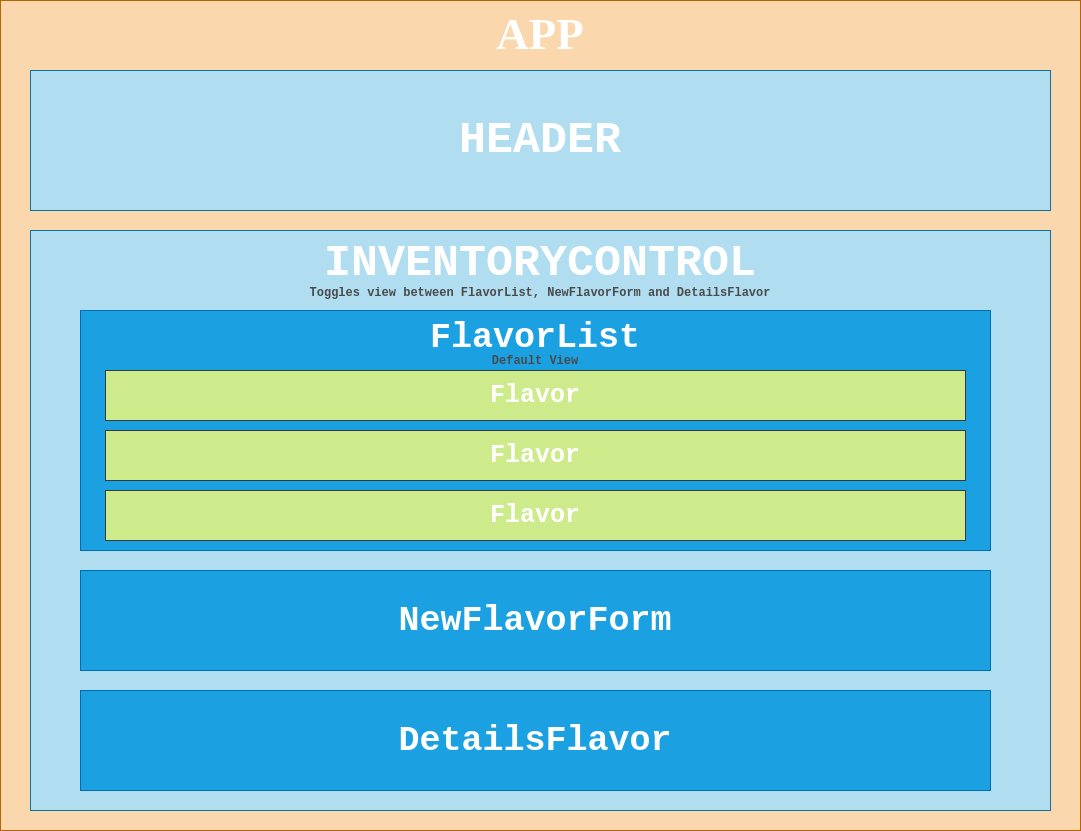
Before: public/boba-shop-component-diagram.png, a diagram exported from draw.io (ayohana/boba-shop-redux). Source tidied: cells renumbered, new cells last; positions are measured from the earlier drawing's top-left corner, leaving out a move shared by most shapes. Source of this version:
```xml
<mxGraphModel>
  <root>
    <mxCell id="0" />
    <mxCell id="1" parent="0" />
    <mxCell id="2" value="&lt;font color=&quot;#ffffff&quot; style=&quot;font-size: 45px&quot; face=&quot;Lucida Console&quot;&gt;&lt;b&gt;APP&lt;/b&gt;&lt;/font&gt;" style="rounded=0;whiteSpace=wrap;html=1;verticalAlign=top;fillColor=#fad7ac;strokeColor=#b46504;" parent="1" vertex="1">
      <mxGeometry width="1080" height="830" as="geometry" />
    </mxCell>
    <mxCell id="3" value="&lt;font color=&quot;#ffffff&quot; style=&quot;font-size: 45px&quot; face=&quot;Courier New&quot;&gt;&lt;b&gt;INVENTORYCONTROL&lt;/b&gt;&lt;/font&gt;" style="rounded=0;whiteSpace=wrap;html=1;fillColor=#b1ddf0;strokeColor=#10739e;verticalAlign=top;" parent="1" vertex="1">
      <mxGeometry x="30" y="230" width="1020" height="580" as="geometry" />
    </mxCell>
    <mxCell id="4" value="&lt;font color=&quot;#ffffff&quot; style=&quot;font-size: 45px&quot; face=&quot;Courier New&quot;&gt;&lt;b&gt;HEADER&lt;/b&gt;&lt;/font&gt;" style="rounded=0;whiteSpace=wrap;html=1;fillColor=#b1ddf0;strokeColor=#10739e;" parent="1" vertex="1">
      <mxGeometry x="30" y="70" width="1020" height="140" as="geometry" />
    </mxCell>
    <mxCell id="5" value="&lt;font color=&quot;#ffffff&quot; face=&quot;Courier New&quot; size=&quot;1&quot;&gt;&lt;b style=&quot;font-size: 35px&quot;&gt;NewFlavorForm&lt;/b&gt;&lt;/font&gt;" style="rounded=0;whiteSpace=wrap;html=1;fillColor=#1ba1e2;strokeColor=#006EAF;verticalAlign=middle;fontColor=#ffffff;" parent="1" vertex="1">
      <mxGeometry x="80" y="570" width="910" height="100" as="geometry" />
    </mxCell>
    <mxCell id="6" value="&lt;font face=&quot;Courier New&quot;&gt;&lt;span style=&quot;font-size: 35px&quot;&gt;&lt;b&gt;DetailsFlavor&lt;/b&gt;&lt;/span&gt;&lt;/font&gt;" style="rounded=0;whiteSpace=wrap;html=1;fillColor=#1ba1e2;strokeColor=#006EAF;verticalAlign=middle;fontColor=#ffffff;" parent="1" vertex="1">
      <mxGeometry x="80" y="690" width="910" height="100" as="geometry" />
    </mxCell>
    <mxCell id="7" style="group;fillColor=#1ba1e2;strokeColor=#006EAF;fontColor=#ffffff;" parent="1" vertex="1">
      <mxGeometry x="80" y="310" width="910" height="240" as="geometry" />
    </mxCell>
    <mxCell id="8" value="&lt;font color=&quot;#ffffff&quot; face=&quot;Courier New&quot; size=&quot;1&quot;&gt;&lt;b style=&quot;font-size: 35px&quot;&gt;FlavorList&lt;/b&gt;&lt;/font&gt;" style="rounded=0;whiteSpace=wrap;html=1;fillColor=#1ba1e2;strokeColor=#006EAF;verticalAlign=top;fontColor=#ffffff;" parent="7" vertex="1">
      <mxGeometry width="910" height="240" as="geometry" />
    </mxCell>
    <mxCell id="9" value="&lt;font color=&quot;#ffffff&quot; face=&quot;Courier New&quot; size=&quot;1&quot;&gt;&lt;b style=&quot;font-size: 25px&quot;&gt;Flavor&lt;/b&gt;&lt;/font&gt;" style="rounded=0;whiteSpace=wrap;html=1;fillColor=#cdeb8b;strokeColor=#36393d;verticalAlign=middle;" parent="7" vertex="1">
      <mxGeometry x="25" y="60" width="860" height="50" as="geometry" />
    </mxCell>
    <mxCell id="10" value="&lt;font color=&quot;#ffffff&quot; face=&quot;Courier New&quot; size=&quot;1&quot;&gt;&lt;b style=&quot;font-size: 25px&quot;&gt;Flavor&lt;/b&gt;&lt;/font&gt;" style="rounded=0;whiteSpace=wrap;html=1;fillColor=#cdeb8b;strokeColor=#36393d;verticalAlign=middle;" parent="7" vertex="1">
      <mxGeometry x="25" y="120" width="860" height="50" as="geometry" />
    </mxCell>
    <mxCell id="11" value="&lt;font color=&quot;#ffffff&quot; face=&quot;Courier New&quot; size=&quot;1&quot;&gt;&lt;b style=&quot;font-size: 25px&quot;&gt;Flavor&lt;/b&gt;&lt;/font&gt;" style="rounded=0;whiteSpace=wrap;html=1;fillColor=#cdeb8b;strokeColor=#36393d;verticalAlign=middle;" parent="7" vertex="1">
      <mxGeometry x="25" y="180" width="860" height="50" as="geometry" />
    </mxCell>
    <mxCell id="12" value="Default View" style="text;html=1;strokeColor=none;fillColor=none;align=center;verticalAlign=middle;whiteSpace=wrap;rounded=0;fontColor=#4A4A4A;fontFamily=Courier New;fontStyle=1;" parent="7" vertex="1">
      <mxGeometry x="370" y="40" width="170" height="20" as="geometry" />
    </mxCell>
    <mxCell id="13" value="Toggles view between FlavorList, NewFlavorForm and DetailsFlavor" style="text;html=1;strokeColor=none;fillColor=none;align=center;verticalAlign=middle;whiteSpace=wrap;rounded=0;fontColor=#4A4A4A;fontFamily=Courier New;fontStyle=1;" parent="1" vertex="1">
      <mxGeometry x="215" y="282" width="650" height="20" as="geometry" />
    </mxCell>
  </root>
</mxGraphModel>
```
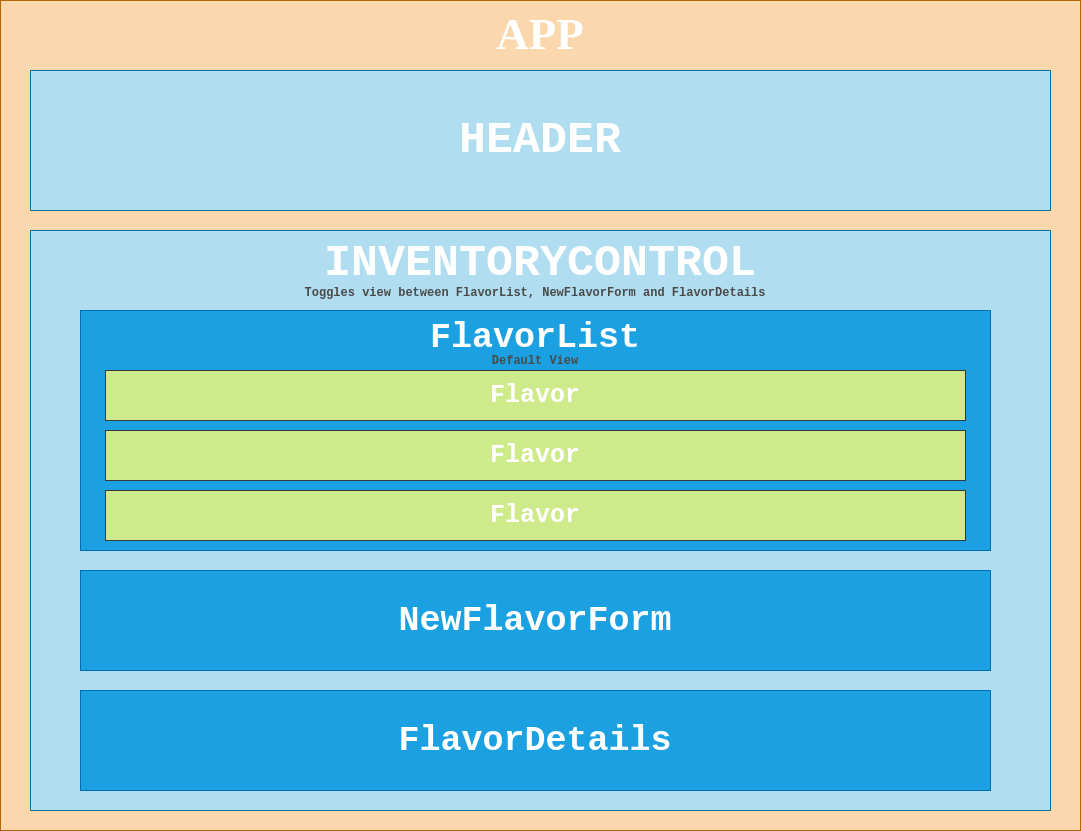
The same file after the commit.

The edit, as a diff of the source:
```diff
@@ -14,7 +14,7 @@
     <mxCell id="5" value="&lt;font color=&quot;#ffffff&quot; face=&quot;Courier New&quot; size=&quot;1&quot;&gt;&lt;b style=&quot;font-size: 35px&quot;&gt;NewFlavorForm&lt;/b&gt;&lt;/font&gt;" style="rounded=0;whiteSpace=wrap;html=1;fillColor=#1ba1e2;strokeColor=#006EAF;verticalAlign=middle;fontColor=#ffffff;" parent="1" vertex="1">
       <mxGeometry x="80" y="570" width="910" height="100" as="geometry" />
     </mxCell>
-    <mxCell id="6" value="&lt;font face=&quot;Courier New&quot;&gt;&lt;span style=&quot;font-size: 35px&quot;&gt;&lt;b&gt;DetailsFlavor&lt;/b&gt;&lt;/span&gt;&lt;/font&gt;" style="rounded=0;whiteSpace=wrap;html=1;fillColor=#1ba1e2;strokeColor=#006EAF;verticalAlign=middle;fontColor=#ffffff;" parent="1" vertex="1">
+    <mxCell id="6" value="&lt;font face=&quot;Courier New&quot;&gt;&lt;span style=&quot;font-size: 35px&quot;&gt;&lt;b&gt;FlavorDetails&lt;/b&gt;&lt;/span&gt;&lt;/font&gt;" style="rounded=0;whiteSpace=wrap;html=1;fillColor=#1ba1e2;strokeColor=#006EAF;verticalAlign=middle;fontColor=#ffffff;" parent="1" vertex="1">
       <mxGeometry x="80" y="690" width="910" height="100" as="geometry" />
     </mxCell>
     <mxCell id="7" style="group;fillColor=#1ba1e2;strokeColor=#006EAF;fontColor=#ffffff;" parent="1" vertex="1">
@@ -35,8 +35,8 @@
     <mxCell id="12" value="Default View" style="text;html=1;strokeColor=none;fillColor=none;align=center;verticalAlign=middle;whiteSpace=wrap;rounded=0;fontColor=#4A4A4A;fontFamily=Courier New;fontStyle=1;" parent="7" vertex="1">
       <mxGeometry x="370" y="40" width="170" height="20" as="geometry" />
     </mxCell>
-    <mxCell id="13" value="Toggles view between FlavorList, NewFlavorForm and DetailsFlavor" style="text;html=1;strokeColor=none;fillColor=none;align=center;verticalAlign=middle;whiteSpace=wrap;rounded=0;fontColor=#4A4A4A;fontFamily=Courier New;fontStyle=1;" parent="1" vertex="1">
-      <mxGeometry x="215" y="282" width="650" height="20" as="geometry" />
+    <mxCell id="13" value="Toggles view between FlavorList, NewFlavorForm and FlavorDetails" style="text;html=1;strokeColor=none;fillColor=none;align=center;verticalAlign=middle;whiteSpace=wrap;rounded=0;fontColor=#4A4A4A;fontFamily=Courier New;fontStyle=1;" parent="1" vertex="1">
+      <mxGeometry x="210" y="282" width="650" height="20" as="geometry" />
     </mxCell>
   </root>
 </mxGraphModel>
```
